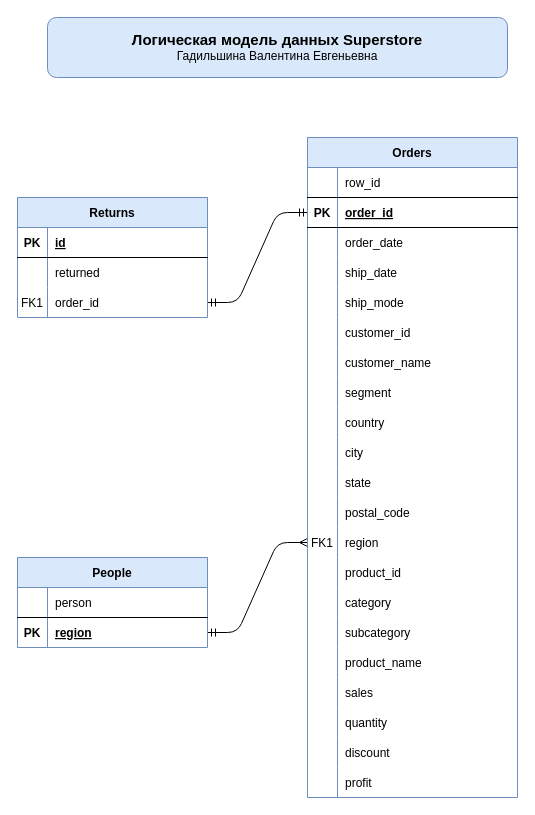
Above: Логическая_модель - Петров Е.С.drawio in PetrovES570/PDA_SOL (draw.io), before the change. Source tidied: cells renumbered, new cells numbered last; positions are measured from the earlier drawing's top-left corner, leaving out a move shared by most shapes. Both pictures are drawn from the tidied source at 100%, with x=0, y=0 at pixel (17, 17).
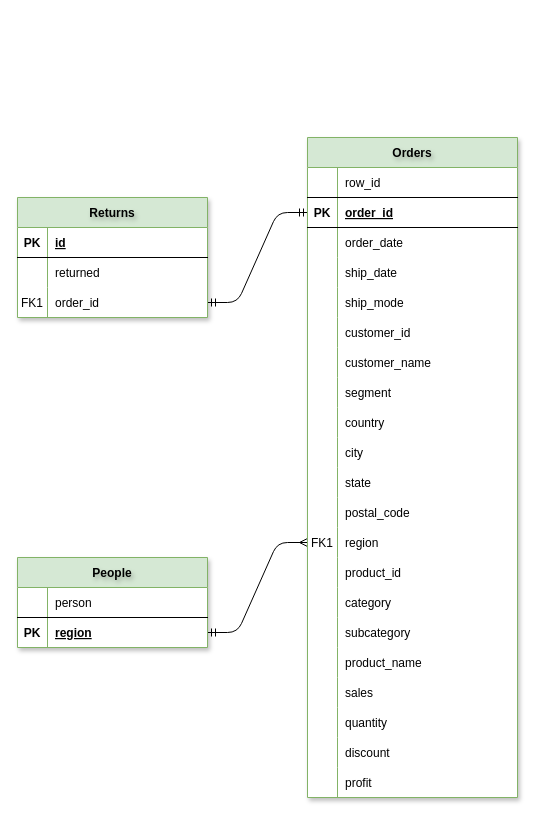
The same diagram, later.

Commit message:
Логическая модель - Петров Е.С.drawio

Diff of the diagram source:
```diff
@@
-    <mxCell id="8" value="People" style="shape=table;startSize=30;childLayout=tableLayout;rowLines=0;fontStyle=1;align=center;fillColor=#dae8fc;strokeColor=#6c8ebf;" parent="1" vertex="1">
+    <mxCell id="8" value="People" style="shape=table;startSize=30;childLayout=tableLayout;rowLines=0;fontStyle=1;align=center;fillColor=#d5e8d4;strokeColor=#82b366;swimlaneFillColor=default;gradientColor=none;shadow=1;textShadow=1;" parent="1" vertex="1">
       <mxGeometry y="540" width="190" height="90" as="geometry" />
     </mxCell>
@@
-    <mxCell id="15" value="Orders" style="shape=table;startSize=30;childLayout=tableLayout;rowLines=0;fontStyle=1;align=center;fillColor=#dae8fc;strokeColor=#6c8ebf;" parent="1" vertex="1">
+    <mxCell id="15" value="Orders" style="shape=table;startSize=30;childLayout=tableLayout;rowLines=0;fontStyle=1;align=center;fillColor=#d5e8d4;strokeColor=#82b366;swimlaneFillColor=default;shadow=1;textShadow=1;" parent="1" vertex="1">
       <mxGeometry x="290" y="120" width="210" height="660" as="geometry" />
     </mxCell>
@@
-    <mxCell id="79" value="Returns" style="shape=table;startSize=30;childLayout=tableLayout;rowLines=0;fontStyle=1;align=center;fillColor=#dae8fc;strokeColor=#6c8ebf;" parent="1" vertex="1">
+    <mxCell id="79" value="Returns" style="shape=table;startSize=30;childLayout=tableLayout;rowLines=0;fontStyle=1;align=center;fillColor=#d5e8d4;strokeColor=#82b366;swimlaneFillColor=default;shadow=1;textShadow=1;" parent="1" vertex="1">
       <mxGeometry y="180" width="190" height="120" as="geometry" />
     </mxCell>
@@
-    <mxCell id="89" value="&lt;b style=&quot;border-color: var(--border-color); font-size: 15px;&quot;&gt;Логическая модель данных&amp;nbsp;Superstore&lt;/b&gt;&lt;br style=&quot;border-color: var(--border-color); font-size: 15px;&quot;&gt;Гадильшина Валентина Евгеньевна" style="rounded=1;whiteSpace=wrap;html=1;fillColor=#dae8fc;strokeColor=#6c8ebf;" parent="1" vertex="1">
-      <mxGeometry x="30" width="460" height="60" as="geometry" />
-    </mxCell>
```
